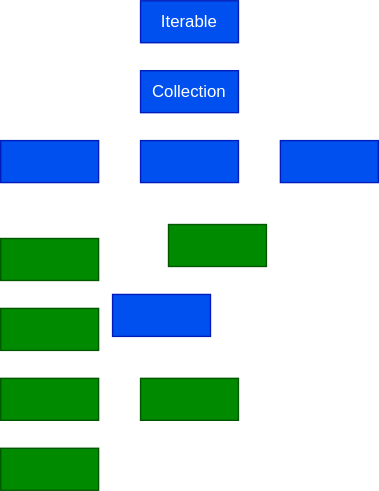
Above: Notes/Readme9dia.drawio.svg in b-suryaraj/FSP-Java (draw.io), before the change. Source tidied: cells renumbered, new cells last; positions are measured from the earlier drawing's top-left corner, leaving out a move shared by most shapes.
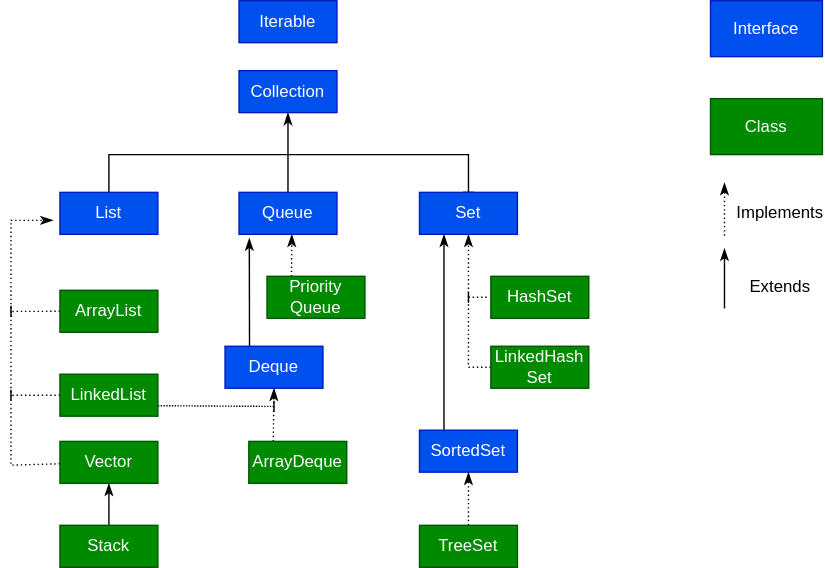
After the commit.

Change to the diagram source:
```diff
@@ -3,40 +3,142 @@
     <mxCell id="0" />
     <mxCell id="1" parent="0" />
     <mxCell id="2" value="Iterable" style="whiteSpace=wrap;html=1;fillColor=#0050ef;fontColor=#ffffff;strokeColor=#001DBC;" parent="1" vertex="1">
-      <mxGeometry x="100" width="70" height="30" as="geometry" />
+      <mxGeometry x="233" width="70" height="30" as="geometry" />
     </mxCell>
     <mxCell id="3" value="Collection" style="whiteSpace=wrap;html=1;fillColor=#0050ef;fontColor=#ffffff;strokeColor=#001DBC;" parent="1" vertex="1">
-      <mxGeometry x="100" y="50" width="70" height="30" as="geometry" />
+      <mxGeometry x="233" y="50" width="70" height="30" as="geometry" />
     </mxCell>
+    <mxCell id="14" style="edgeStyle=none;rounded=0;html=1;exitX=0.5;exitY=0;exitDx=0;exitDy=0;entryX=0.5;entryY=1;entryDx=0;entryDy=0;endArrow=classicThin;endFill=1;" parent="1" edge="1" source="4" target="3">
+      <mxGeometry relative="1" as="geometry" />
+    </mxCell>
-    <mxCell id="4" style="whiteSpace=wrap;html=1;fillColor=#0050ef;fontColor=#ffffff;strokeColor=#001DBC;" parent="1" vertex="1">
-      <mxGeometry x="100" y="100" width="70" height="30" as="geometry" />
+    <mxCell id="4" value="Queue" style="whiteSpace=wrap;html=1;fillColor=#0050ef;fontColor=#ffffff;strokeColor=#001DBC;" parent="1" vertex="1">
+      <mxGeometry x="233" y="137" width="70" height="30" as="geometry" />
     </mxCell>
+    <mxCell id="15" style="edgeStyle=none;rounded=0;html=1;exitX=0.5;exitY=0;exitDx=0;exitDy=0;endArrow=baseDash;endFill=0;entryX=0.5;entryY=0;entryDx=0;entryDy=0;" parent="1" edge="1" source="5" target="6">
+      <mxGeometry relative="1" as="geometry">
+        <Array as="points">
+          <mxPoint x="140" y="110" />
+          <mxPoint x="397" y="110" />
+        </Array>
+      </mxGeometry>
+    </mxCell>
-    <mxCell id="5" style="whiteSpace=wrap;html=1;fillColor=#0050ef;fontColor=#ffffff;strokeColor=#001DBC;" parent="1" vertex="1">
-      <mxGeometry y="100" width="70" height="30" as="geometry" />
+    <mxCell id="5" value="List" style="whiteSpace=wrap;html=1;fillColor=#0050ef;fontColor=#ffffff;strokeColor=#001DBC;" parent="1" vertex="1">
+      <mxGeometry x="105" y="137" width="70" height="30" as="geometry" />
     </mxCell>
-    <mxCell id="6" style="whiteSpace=wrap;html=1;fillColor=#0050ef;fontColor=#ffffff;strokeColor=#001DBC;" parent="1" vertex="1">
-      <mxGeometry x="200" y="100" width="70" height="30" as="geometry" />
+    <mxCell id="6" value="Set" style="whiteSpace=wrap;html=1;fillColor=#0050ef;fontColor=#ffffff;strokeColor=#001DBC;" parent="1" vertex="1">
+      <mxGeometry x="362" y="137" width="70" height="30" as="geometry" />
     </mxCell>
+    <mxCell id="16" style="edgeStyle=none;html=1;exitX=0.25;exitY=0;exitDx=0;exitDy=0;entryX=0.105;entryY=1.089;entryDx=0;entryDy=0;entryPerimeter=0;endArrow=classicThin;endFill=1;" parent="1" edge="1" source="7" target="4">
+      <mxGeometry relative="1" as="geometry" />
+    </mxCell>
-    <mxCell id="7" style="whiteSpace=wrap;html=1;fillColor=#0050ef;fontColor=#ffffff;strokeColor=#001DBC;" parent="1" vertex="1">
-      <mxGeometry x="80" y="210" width="70" height="30" as="geometry" />
+    <mxCell id="7" value="Deque" style="whiteSpace=wrap;html=1;fillColor=#0050ef;fontColor=#ffffff;strokeColor=#001DBC;" parent="1" vertex="1">
+      <mxGeometry x="223" y="247" width="70" height="30" as="geometry" />
     </mxCell>
+    <mxCell id="17" style="html=1;exitX=0;exitY=0.5;exitDx=0;exitDy=0;endArrow=baseDash;endFill=0;dashed=1;dashPattern=1 2;" parent="1" edge="1" source="8">
+      <mxGeometry relative="1" as="geometry">
+        <mxPoint x="70" y="222.1" as="targetPoint" />
+      </mxGeometry>
+    </mxCell>
-    <mxCell id="8" style="whiteSpace=wrap;html=1;fillColor=#008a00;fontColor=#ffffff;strokeColor=#005700;" parent="1" vertex="1">
-      <mxGeometry y="170" width="70" height="30" as="geometry" />
+    <mxCell id="8" value="ArrayList" style="whiteSpace=wrap;html=1;fillColor=#008a00;fontColor=#ffffff;strokeColor=#005700;" parent="1" vertex="1">
+      <mxGeometry x="105" y="207" width="70" height="30" as="geometry" />
     </mxCell>
+    <mxCell id="18" style="edgeStyle=none;html=1;exitX=0;exitY=0.5;exitDx=0;exitDy=0;endArrow=baseDash;endFill=0;dashed=1;dashPattern=1 2;" parent="1" edge="1" source="9">
+      <mxGeometry relative="1" as="geometry">
+        <mxPoint x="70" y="282" as="targetPoint" />
+      </mxGeometry>
+    </mxCell>
+    <mxCell id="19" style="edgeStyle=none;html=1;exitX=1;exitY=0.75;exitDx=0;exitDy=0;endArrow=baseDash;endFill=0;dashed=1;dashPattern=1 1;" parent="1" edge="1" source="9">
+      <mxGeometry relative="1" as="geometry">
+        <mxPoint x="258" y="290" as="targetPoint" />
+      </mxGeometry>
+    </mxCell>
-    <mxCell id="9" style="whiteSpace=wrap;html=1;fillColor=#008a00;fontColor=#ffffff;strokeColor=#005700;" parent="1" vertex="1">
-      <mxGeometry y="220" width="70" height="30" as="geometry" />
+    <mxCell id="9" value="LinkedList" style="whiteSpace=wrap;html=1;fillColor=#008a00;fontColor=#ffffff;strokeColor=#005700;" parent="1" vertex="1">
+      <mxGeometry x="105" y="267" width="70" height="30" as="geometry" />
     </mxCell>
+    <mxCell id="20" style="edgeStyle=none;html=1;endArrow=classicThin;endFill=1;dashed=1;dashPattern=1 2;rounded=0;" parent="1" edge="1" source="10">
+      <mxGeometry relative="1" as="geometry">
+        <mxPoint x="100" y="157" as="targetPoint" />
+        <Array as="points">
+          <mxPoint x="70" y="332" />
+          <mxPoint x="70" y="157" />
+        </Array>
+      </mxGeometry>
+    </mxCell>
-    <mxCell id="10" style="whiteSpace=wrap;html=1;fillColor=#008a00;fontColor=#ffffff;strokeColor=#005700;" parent="1" vertex="1">
-      <mxGeometry y="270" width="70" height="30" as="geometry" />
+    <mxCell id="10" value="Vector" style="whiteSpace=wrap;html=1;fillColor=#008a00;fontColor=#ffffff;strokeColor=#005700;" parent="1" vertex="1">
+      <mxGeometry x="105" y="315" width="70" height="30" as="geometry" />
     </mxCell>
+    <mxCell id="21" style="edgeStyle=none;html=1;endArrow=classicThin;endFill=1;" parent="1" edge="1" source="11" target="10">
+      <mxGeometry relative="1" as="geometry" />
+    </mxCell>
-    <mxCell id="11" style="whiteSpace=wrap;html=1;fillColor=#008a00;fontColor=#ffffff;strokeColor=#005700;" parent="1" vertex="1">
-      <mxGeometry y="320" width="70" height="30" as="geometry" />
+    <mxCell id="11" value="Stack" style="whiteSpace=wrap;html=1;fillColor=#008a00;fontColor=#ffffff;strokeColor=#005700;" parent="1" vertex="1">
+      <mxGeometry x="105" y="375" width="70" height="30" as="geometry" />
     </mxCell>
+    <mxCell id="22" style="edgeStyle=none;html=1;exitX=0.25;exitY=0;exitDx=0;exitDy=0;endArrow=classicThin;endFill=1;entryX=0.5;entryY=1;entryDx=0;entryDy=0;dashed=1;dashPattern=1 2;" parent="1" edge="1" source="12" target="7">
+      <mxGeometry relative="1" as="geometry" />
+    </mxCell>
-    <mxCell id="12" style="whiteSpace=wrap;html=1;fillColor=#008a00;fontColor=#ffffff;strokeColor=#005700;" parent="1" vertex="1">
-      <mxGeometry x="100" y="270" width="70" height="30" as="geometry" />
+    <mxCell id="12" value="ArrayDeque" style="whiteSpace=wrap;html=1;fillColor=#008a00;fontColor=#ffffff;strokeColor=#005700;" parent="1" vertex="1">
+      <mxGeometry x="240" y="315" width="70" height="30" as="geometry" />
     </mxCell>
+    <mxCell id="23" style="edgeStyle=none;html=1;exitX=0.25;exitY=0;exitDx=0;exitDy=0;dashed=1;endArrow=classicThin;endFill=1;entryX=0.539;entryY=0.997;entryDx=0;entryDy=0;entryPerimeter=0;dashPattern=1 2;" parent="1" edge="1" source="13" target="4">
+      <mxGeometry relative="1" as="geometry" />
+    </mxCell>
-    <mxCell id="13" style="whiteSpace=wrap;html=1;fillColor=#008a00;fontColor=#ffffff;strokeColor=#005700;" parent="1" vertex="1">
-      <mxGeometry x="120" y="160" width="70" height="30" as="geometry" />
+    <mxCell id="13" value="Priority Queue" style="whiteSpace=wrap;html=1;fillColor=#008a00;fontColor=#ffffff;strokeColor=#005700;" parent="1" vertex="1">
+      <mxGeometry x="253" y="197" width="70" height="30" as="geometry" />
     </mxCell>
+    <mxCell id="24" style="edgeStyle=none;rounded=0;html=1;exitX=0;exitY=0.5;exitDx=0;exitDy=0;dashed=1;dashPattern=1 2;endArrow=baseDash;endFill=0;" parent="1" edge="1">
+      <mxGeometry relative="1" as="geometry">
+        <mxPoint x="410" y="212" as="sourcePoint" />
+        <mxPoint x="397" y="212" as="targetPoint" />
+      </mxGeometry>
+    </mxCell>
+    <mxCell id="25" value="HashSet" style="whiteSpace=wrap;html=1;fillColor=#008a00;fontColor=#ffffff;strokeColor=#005700;" parent="1" vertex="1">
+      <mxGeometry x="413" y="197" width="70" height="30" as="geometry" />
+    </mxCell>
+    <mxCell id="26" style="edgeStyle=none;html=1;exitX=0;exitY=0.5;exitDx=0;exitDy=0;dashed=1;dashPattern=1 2;endArrow=classicThin;endFill=1;entryX=0.5;entryY=1;entryDx=0;entryDy=0;rounded=0;" parent="1" edge="1" source="27" target="6">
+      <mxGeometry relative="1" as="geometry">
+        <Array as="points">
+          <mxPoint x="397" y="262" />
+        </Array>
+      </mxGeometry>
+    </mxCell>
+    <mxCell id="27" value="LinkedHash Set" style="whiteSpace=wrap;html=1;fillColor=#008a00;fontColor=#ffffff;strokeColor=#005700;" parent="1" vertex="1">
+      <mxGeometry x="413" y="247" width="70" height="30" as="geometry" />
+    </mxCell>
+    <mxCell id="28" style="edgeStyle=none;html=1;exitX=0.25;exitY=0;exitDx=0;exitDy=0;entryX=0.25;entryY=1;entryDx=0;entryDy=0;endArrow=classicThin;endFill=1;" parent="1" edge="1" source="29" target="6">
+      <mxGeometry relative="1" as="geometry" />
+    </mxCell>
+    <mxCell id="29" value="SortedSet" style="whiteSpace=wrap;html=1;fillColor=#0050ef;fontColor=#ffffff;strokeColor=#001DBC;" parent="1" vertex="1">
+      <mxGeometry x="362" y="307" width="70" height="30" as="geometry" />
+    </mxCell>
+    <mxCell id="30" style="edgeStyle=none;html=1;exitX=0.5;exitY=0;exitDx=0;exitDy=0;entryX=0.5;entryY=1;entryDx=0;entryDy=0;endArrow=classicThin;endFill=1;dashed=1;dashPattern=1 2;" parent="1" edge="1" source="31" target="29">
+      <mxGeometry relative="1" as="geometry" />
+    </mxCell>
+    <mxCell id="31" value="TreeSet" style="whiteSpace=wrap;html=1;fillColor=#008a00;fontColor=#ffffff;strokeColor=#005700;" parent="1" vertex="1">
+      <mxGeometry x="362" y="375" width="70" height="30" as="geometry" />
+    </mxCell>
+    <mxCell id="32" value="Interface" style="whiteSpace=wrap;html=1;fillColor=#0050ef;fontColor=#ffffff;strokeColor=#001DBC;" parent="1" vertex="1">
+      <mxGeometry x="570" width="80" height="40" as="geometry" />
+    </mxCell>
+    <mxCell id="33" value="Class" style="whiteSpace=wrap;html=1;fillColor=#008a00;fontColor=#ffffff;strokeColor=#005700;" parent="1" vertex="1">
+      <mxGeometry x="570" y="70" width="80" height="40" as="geometry" />
+    </mxCell>
+    <mxCell id="34" style="edgeStyle=none;html=1;exitX=0.5;exitY=0;exitDx=0;exitDy=0;entryX=0.5;entryY=1;entryDx=0;entryDy=0;endArrow=classicThin;endFill=1;dashed=1;dashPattern=1 2;" parent="1" edge="1">
+      <mxGeometry relative="1" as="geometry">
+        <mxPoint x="580" y="168" as="sourcePoint" />
+        <mxPoint x="580" y="130" as="targetPoint" />
+      </mxGeometry>
+    </mxCell>
+    <mxCell id="35" style="edgeStyle=none;html=1;endArrow=classicThin;endFill=1;" parent="1" edge="1">
+      <mxGeometry relative="1" as="geometry">
+        <mxPoint x="580" y="220" as="sourcePoint" />
+        <mxPoint x="580" y="177" as="targetPoint" />
+      </mxGeometry>
+    </mxCell>
+    <mxCell id="36" value="Implements" style="text;strokeColor=none;align=center;fillColor=none;html=1;verticalAlign=middle;whiteSpace=wrap;rounded=0;" parent="1" vertex="1">
+      <mxGeometry x="590" y="137" width="60" height="30" as="geometry" />
+    </mxCell>
+    <mxCell id="37" value="Extends&lt;br&gt;" style="text;strokeColor=none;align=center;fillColor=none;html=1;verticalAlign=middle;whiteSpace=wrap;rounded=0;" parent="1" vertex="1">
+      <mxGeometry x="590" y="190" width="60" height="30" as="geometry" />
+    </mxCell>
   </root>
 </mxGraphModel>
```
